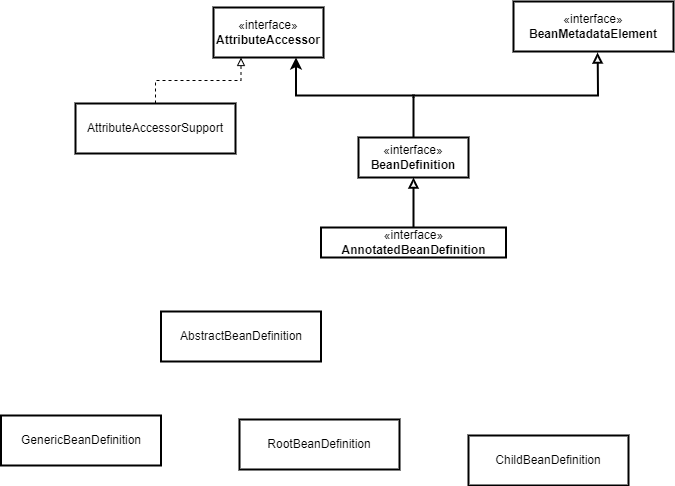
Before: Spring/BeanDefinition类图.drawio.png, a diagram exported from draw.io (wjb0823/drawio). Source tidied: cells renumbered, new cells last; positions are measured from the earlier drawing's top-left corner, leaving out a move shared by most shapes.
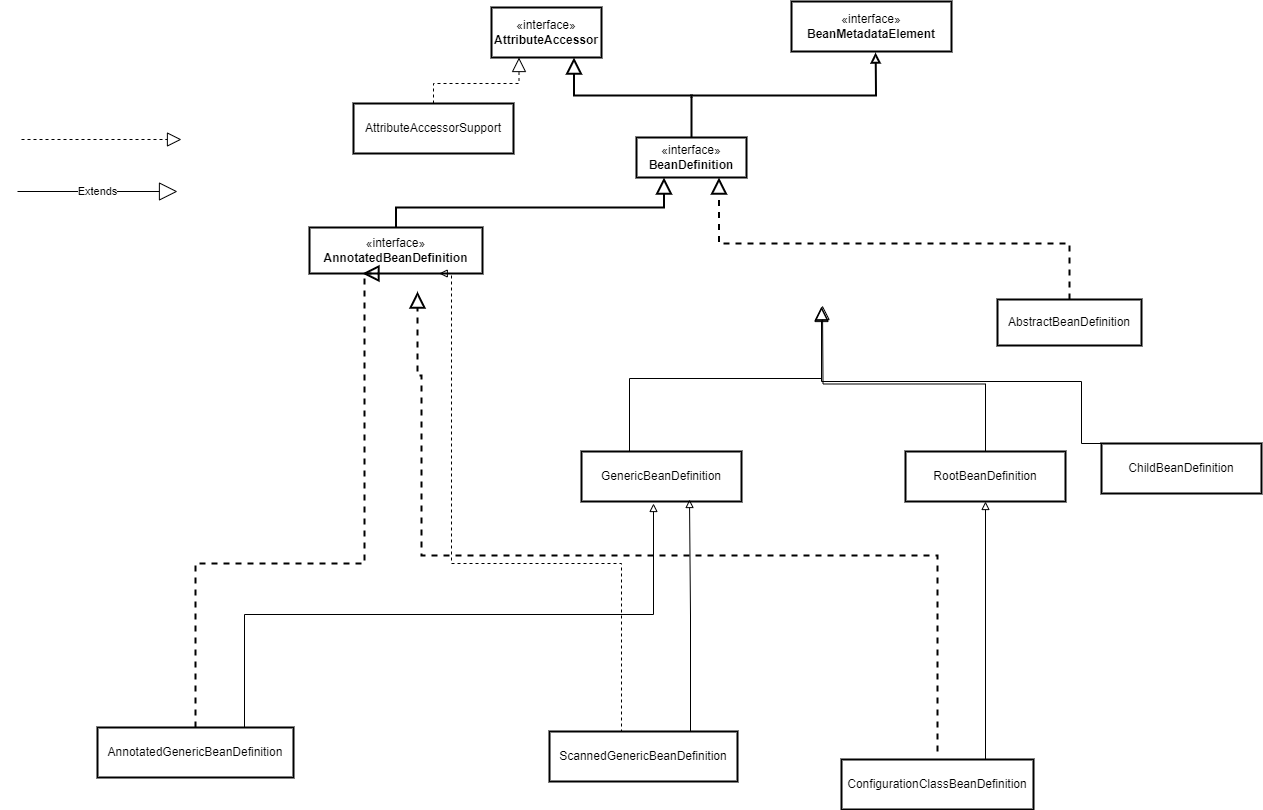
The same file after the commit.

The edit, as a diff of the source:
```diff
@@ -2,7 +2,7 @@
   <root>
     <mxCell id="0" />
     <mxCell id="1" parent="0" />
-    <mxCell id="2" style="edgeStyle=orthogonalEdgeStyle;rounded=0;jettySize=auto;html=1;entryX=0.75;entryY=1;entryDx=0;entryDy=0;strokeWidth=2;" parent="1" edge="1" target="4">
+    <mxCell id="2" style="edgeStyle=orthogonalEdgeStyle;rounded=0;jettySize=auto;html=1;entryX=0.75;entryY=1;entryDx=0;entryDy=0;strokeWidth=2;endArrow=block;endFill=0;endSize=12;" parent="1" edge="1" target="4">
       <mxGeometry relative="1" as="geometry">
         <mxPoint x="412" y="96" as="sourcePoint" />
         <Array as="points">
@@ -25,29 +25,117 @@
         <mxPoint x="596" y="51" as="targetPoint" />
       </mxGeometry>
     </mxCell>
-    <mxCell id="7" style="edgeStyle=orthogonalEdgeStyle;rounded=0;jettySize=auto;html=1;entryX=0.5;entryY=1;entryDx=0;entryDy=0;endArrow=block;endFill=0;strokeWidth=2;" parent="1" edge="1" source="8" target="3">
+    <mxCell id="7" style="edgeStyle=orthogonalEdgeStyle;rounded=0;jettySize=auto;html=1;entryX=0.25;entryY=1;entryDx=0;entryDy=0;endArrow=block;endFill=0;strokeWidth=2;exitX=0.5;exitY=0;exitDx=0;exitDy=0;curved=0;strokeColor=default;startArrow=none;startFill=0;endSize=12;" parent="1" edge="1" source="8" target="3">
       <mxGeometry relative="1" as="geometry" />
     </mxCell>
     <mxCell id="8" value="«interface»&lt;br&gt;&lt;b&gt;AnnotatedBeanDefinition&lt;/b&gt;" style="html=1;whiteSpace=wrap;strokeWidth=2;" parent="1" vertex="1">
-      <mxGeometry x="319.5" y="226" width="185" height="30" as="geometry" />
+      <mxGeometry x="30" y="226" width="173" height="46" as="geometry" />
     </mxCell>
-    <mxCell id="9" style="edgeStyle=orthogonalEdgeStyle;rounded=0;jettySize=auto;html=1;entryX=0.25;entryY=1;entryDx=0;entryDy=0;dashed=1;endArrow=block;endFill=0;" parent="1" edge="1" source="10" target="4">
+    <mxCell id="9" style="edgeStyle=orthogonalEdgeStyle;rounded=0;jettySize=auto;html=1;entryX=0.25;entryY=1;entryDx=0;entryDy=0;dashed=1;endArrow=block;endFill=0;endSize=12;" parent="1" edge="1" source="10" target="4">
       <mxGeometry relative="1" as="geometry" />
     </mxCell>
     <mxCell id="10" value="AttributeAccessorSupport" style="html=1;whiteSpace=wrap;strokeWidth=2;" parent="1" vertex="1">
       <mxGeometry x="74" y="102" width="160" height="50" as="geometry" />
     </mxCell>
+    <mxCell id="15" style="edgeStyle=orthogonalEdgeStyle;rounded=0;jettySize=auto;html=1;exitX=0.5;exitY=0;exitDx=0;exitDy=0;entryX=0.75;entryY=1;entryDx=0;entryDy=0;dashed=1;endSize=12;endArrow=block;endFill=0;strokeWidth=2;" parent="1" edge="1" source="11" target="3">
+      <mxGeometry relative="1" as="geometry" />
+    </mxCell>
     <mxCell id="11" value="AbstractBeanDefinition" style="html=1;whiteSpace=wrap;strokeWidth=2;" parent="1" vertex="1">
-      <mxGeometry x="159.5" y="310" width="160" height="50" as="geometry" />
+      <mxGeometry x="718" y="298" width="144" height="46" as="geometry" />
     </mxCell>
+    <mxCell id="16" style="edgeStyle=orthogonalEdgeStyle;rounded=0;jettySize=auto;html=1;exitX=0.5;exitY=0;exitDx=0;exitDy=0;entryX=0.5;entryY=1;entryDx=0;entryDy=0;endArrow=block;endFill=0;endSize=12;" parent="1" edge="1" source="12">
+      <mxGeometry relative="1" as="geometry">
+        <mxPoint x="542" y="305" as="targetPoint" />
+        <Array as="points">
+          <mxPoint x="350" y="377" />
+          <mxPoint x="542" y="377" />
+        </Array>
+      </mxGeometry>
+    </mxCell>
     <mxCell id="12" value="GenericBeanDefinition" style="html=1;whiteSpace=wrap;strokeWidth=2;" parent="1" vertex="1">
-      <mxGeometry x="-0.5" y="414" width="160" height="50" as="geometry" />
+      <mxGeometry x="302" y="450" width="160" height="50" as="geometry" />
     </mxCell>
+    <mxCell id="17" style="edgeStyle=orthogonalEdgeStyle;rounded=0;jettySize=auto;html=1;exitX=0.5;exitY=0;exitDx=0;exitDy=0;entryX=0.5;entryY=1;entryDx=0;entryDy=0;endSize=12;endArrow=block;endFill=0;" parent="1" edge="1" source="13">
+      <mxGeometry relative="1" as="geometry">
+        <mxPoint x="543" y="304" as="targetPoint" />
+      </mxGeometry>
+    </mxCell>
     <mxCell id="13" value="RootBeanDefinition" style="html=1;whiteSpace=wrap;strokeWidth=2;" parent="1" vertex="1">
-      <mxGeometry x="238" y="418" width="160" height="50" as="geometry" />
+      <mxGeometry x="626" y="450" width="160" height="50" as="geometry" />
     </mxCell>
+    <mxCell id="18" style="edgeStyle=orthogonalEdgeStyle;rounded=0;jettySize=auto;html=1;entryX=0.5;entryY=1;entryDx=0;entryDy=0;endSize=12;endArrow=block;endFill=0;exitX=0.5;exitY=0;exitDx=0;exitDy=0;" parent="1" edge="1" source="14">
+      <mxGeometry relative="1" as="geometry">
+        <mxPoint x="542" y="306" as="targetPoint" />
+        <Array as="points">
+          <mxPoint x="802" y="380" />
+          <mxPoint x="542" y="380" />
+        </Array>
+      </mxGeometry>
+    </mxCell>
     <mxCell id="14" value="ChildBeanDefinition" style="html=1;whiteSpace=wrap;strokeWidth=2;" parent="1" vertex="1">
-      <mxGeometry x="467" y="434" width="160" height="50" as="geometry" />
+      <mxGeometry x="822" y="442" width="160" height="50" as="geometry" />
     </mxCell>
+    <mxCell id="19" style="endArrow=block;dashed=1;endFill=0;endSize=12;html=1;rounded=0;" parent="1" edge="1">
+      <mxGeometry relative="1" as="geometry">
+        <mxPoint x="-258" y="138" as="sourcePoint" />
+        <mxPoint x="-98" y="138" as="targetPoint" />
+      </mxGeometry>
+    </mxCell>
+    <mxCell id="20" value="Extends" style="endArrow=block;endSize=16;endFill=0;html=1;rounded=0;" parent="1" edge="1">
+      <mxGeometry relative="1" as="geometry">
+        <mxPoint x="-262" y="190" as="sourcePoint" />
+        <mxPoint x="-102" y="190" as="targetPoint" />
+      </mxGeometry>
+    </mxCell>
+    <mxCell id="21" value="AnnotatedGenericBeanDefinition" style="html=1;whiteSpace=wrap;strokeWidth=2;" parent="1" vertex="1">
+      <mxGeometry x="-182" y="726" width="196" height="50" as="geometry" />
+    </mxCell>
+    <mxCell id="22" style="edgeStyle=orthogonalEdgeStyle;rounded=0;jettySize=auto;html=1;exitX=0.75;exitY=0;exitDx=0;exitDy=0;endArrow=block;endFill=0;" parent="1" edge="1" source="23">
+      <mxGeometry relative="1" as="geometry">
+        <mxPoint x="410" y="498" as="targetPoint" />
+      </mxGeometry>
+    </mxCell>
+    <mxCell id="23" value="ScannedGenericBeanDefinition" style="html=1;whiteSpace=wrap;strokeWidth=2;" parent="1" vertex="1">
+      <mxGeometry x="270" y="730" width="188" height="50" as="geometry" />
+    </mxCell>
+    <mxCell id="24" style="edgeStyle=orthogonalEdgeStyle;rounded=0;orthogonalLoop=1;jettySize=auto;html=1;exitX=0.5;exitY=0;exitDx=0;exitDy=0;dashed=1;endArrow=block;endFill=0;strokeWidth=2;endSize=12;" parent="1" edge="1">
+      <mxGeometry relative="1" as="geometry">
+        <mxPoint x="658" y="750" as="sourcePoint" />
+        <mxPoint x="138" y="290" as="targetPoint" />
+        <Array as="points">
+          <mxPoint x="658" y="554" />
+          <mxPoint x="142" y="554" />
+          <mxPoint x="142" y="374" />
+          <mxPoint x="138" y="374" />
+        </Array>
+      </mxGeometry>
+    </mxCell>
+    <mxCell id="25" style="edgeStyle=orthogonalEdgeStyle;rounded=0;jettySize=auto;html=1;exitX=0.75;exitY=0;exitDx=0;exitDy=0;entryX=0.5;entryY=1;entryDx=0;entryDy=0;endArrow=block;endFill=0;" parent="1" edge="1" source="26" target="13">
+      <mxGeometry relative="1" as="geometry" />
+    </mxCell>
+    <mxCell id="26" value="ConfigurationClassBeanDefinition" style="html=1;whiteSpace=wrap;strokeWidth=2;" parent="1" vertex="1">
+      <mxGeometry x="562" y="758" width="192" height="50" as="geometry" />
+    </mxCell>
+    <mxCell id="27" style="edgeStyle=orthogonalEdgeStyle;rounded=0;jettySize=auto;html=1;exitX=0.5;exitY=0;exitDx=0;exitDy=0;dashed=1;endArrow=block;endFill=0;strokeWidth=2;endSize=12;entryX=0.306;entryY=1;entryDx=0;entryDy=0;entryPerimeter=0;" parent="1" edge="1" source="21" target="8">
+      <mxGeometry relative="1" as="geometry">
+        <Array as="points">
+          <mxPoint x="-84" y="562" />
+          <mxPoint x="85" y="562" />
+          <mxPoint x="85" y="272" />
+        </Array>
+      </mxGeometry>
+    </mxCell>
+    <mxCell id="28" style="edgeStyle=orthogonalEdgeStyle;rounded=0;jettySize=auto;html=1;exitX=0.75;exitY=0;exitDx=0;exitDy=0;entryX=0.45;entryY=1.04;entryDx=0;entryDy=0;entryPerimeter=0;endArrow=block;endFill=0;" parent="1" edge="1" source="21" target="12">
+      <mxGeometry relative="1" as="geometry" />
+    </mxCell>
+    <mxCell id="29" style="edgeStyle=orthogonalEdgeStyle;rounded=0;jettySize=auto;html=1;dashed=1;exitX=0.25;exitY=0;exitDx=0;exitDy=0;endArrow=block;endFill=0;entryX=0.75;entryY=1;entryDx=0;entryDy=0;" parent="1" edge="1" source="23" target="8">
+      <mxGeometry relative="1" as="geometry">
+        <Array as="points">
+          <mxPoint x="342" y="730" />
+          <mxPoint x="342" y="562" />
+          <mxPoint x="172" y="562" />
+        </Array>
+      </mxGeometry>
+    </mxCell>
   </root>
 </mxGraphModel>
```
